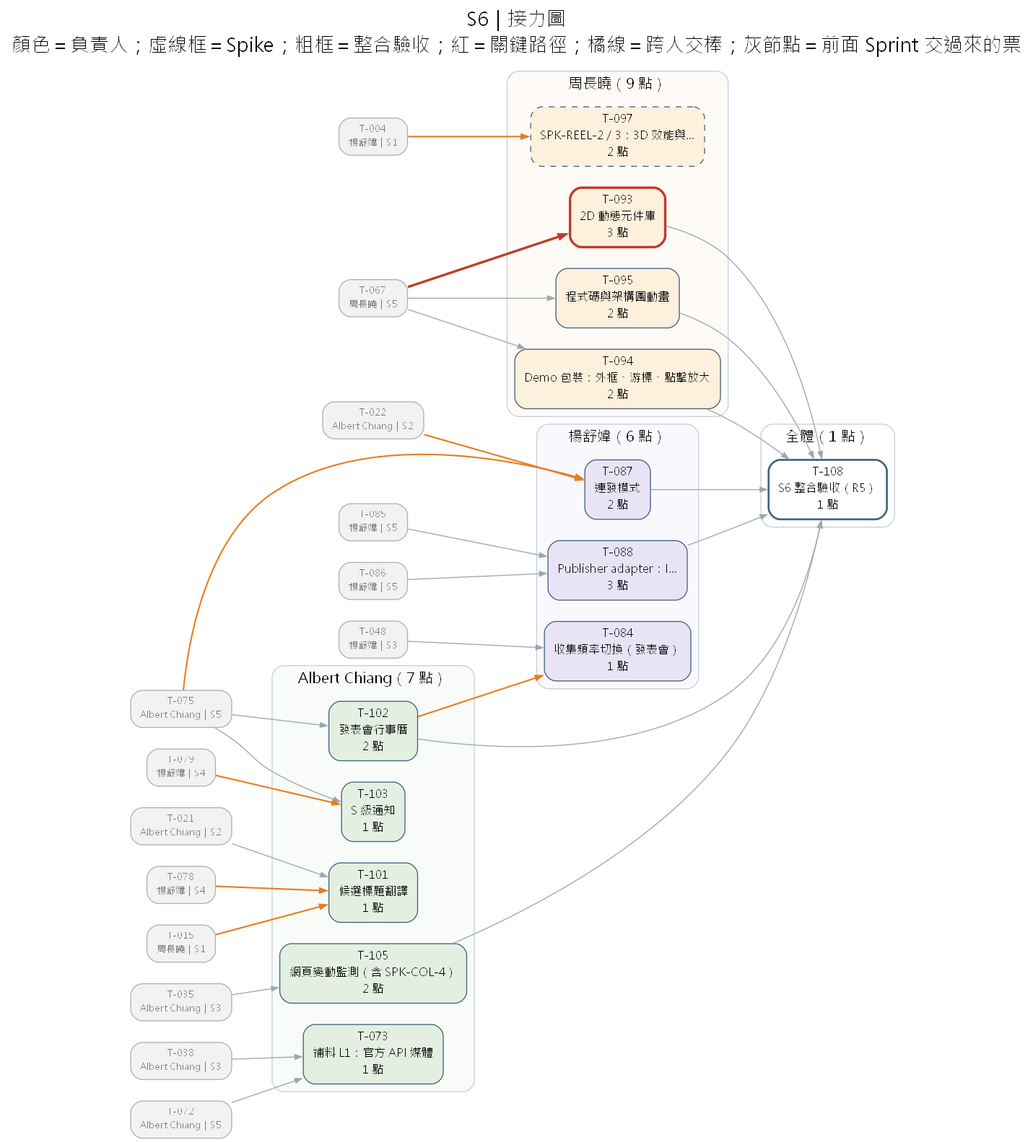
Earlier version of the Graphviz export docs/diagrams/dag-S6.png (Zenobia000/AI_Media_Studio_content_pipe). Its source is kept beside it as docs/diagrams/dag-S6.dot. Its diagram source:
```dot
digraph S {
graph [rankdir=LR, bgcolor="white", fontname="Microsoft JhengHei", fontsize=20, labelloc=t, nodesep=0.3, ranksep=0.7, label="S6｜接力圖
顏色＝負責人；虛線框＝Spike；粗框＝整合驗收；紅＝關鍵路徑；橘線＝跨人交棒；灰節點＝前面 Sprint 交過來的票"];
node [shape=box, style="rounded,filled", fontname="Microsoft JhengHei", fontsize=12, color="#42617d", margin="0.14,0.07"];
edge [color="#9aa7b3", arrowsize=0.7];
subgraph "cluster_Albert Chiang" { label="Albert Chiang（7 點）"; style="rounded,filled"; fillcolor="#e3f0e140"; color="#c7d0d9"; fontsize=15;
"T-073" [label="T-073
補料 L1：官方 API 媒體
1 點", fillcolor="#e3f0e1", style="rounded,filled"];
"T-101" [label="T-101
候選標題翻譯
1 點", fillcolor="#e3f0e1", style="rounded,filled"];
"T-102" [label="T-102
發表會行事曆
2 點", fillcolor="#e3f0e1", style="rounded,filled"];
"T-103" [label="T-103
S 級通知
1 點", fillcolor="#e3f0e1", style="rounded,filled"];
"T-105" [label="T-105
網頁變動監測（含 SPK-COL-4）
2 點", fillcolor="#e3f0e1", style="rounded,filled"];
}
subgraph "cluster_周長曉" { label="周長曉（9 點）"; style="rounded,filled"; fillcolor="#fdf0dc40"; color="#c7d0d9"; fontsize=15;
"T-093" [label="T-093
2D 動態元件庫
3 點", fillcolor="#fdf0dc", style="rounded,filled", penwidth=2.5, color="#c0392b"];
"T-094" [label="T-094
Demo 包裝：外框、游標、點擊放大
2 點", fillcolor="#fdf0dc", style="rounded,filled"];
"T-095" [label="T-095
程式碼與架構圖動畫
2 點", fillcolor="#fdf0dc", style="rounded,filled"];
"T-097" [label="T-097
SPK-REEL-2／3：3D 效能與…
2 點", fillcolor="#fdf0dc", style="rounded,filled,dashed"];
}
subgraph "cluster_楊舒媁" { label="楊舒媁（6 點）"; style="rounded,filled"; fillcolor="#e8e4f640"; color="#c7d0d9"; fontsize=15;
"T-084" [label="T-084
收集頻率切換（發表會）
1 點", fillcolor="#e8e4f6", style="rounded,filled"];
"T-087" [label="T-087
連發模式
2 點", fillcolor="#e8e4f6", style="rounded,filled"];
"T-088" [label="T-088
Publisher adapter：I…
3 點", fillcolor="#e8e4f6", style="rounded,filled"];
}
subgraph "cluster_全體" { label="全體（1 點）"; style="rounded,filled"; fillcolor="#ffffff40"; color="#c7d0d9"; fontsize=15;
"T-108" [label="T-108
S6 整合驗收（R5）
1 點", fillcolor="#ffffff", style="rounded,filled,bold"];
}
"T-004" [label="T-004
楊舒媁｜S1", fillcolor="#f2f2f2", color="#b0b0b0", fontcolor="#777777", fontsize=10];
"T-015" [label="T-015
周長曉｜S1", fillcolor="#f2f2f2", color="#b0b0b0", fontcolor="#777777", fontsize=10];
"T-021" [label="T-021
Albert Chiang｜S2", fillcolor="#f2f2f2", color="#b0b0b0", fontcolor="#777777", fontsize=10];
"T-022" [label="T-022
Albert Chiang｜S2", fillcolor="#f2f2f2", color="#b0b0b0", fontcolor="#777777", fontsize=10];
"T-035" [label="T-035
Albert Chiang｜S3", fillcolor="#f2f2f2", color="#b0b0b0", fontcolor="#777777", fontsize=10];
"T-038" [label="T-038
Albert Chiang｜S3", fillcolor="#f2f2f2", color="#b0b0b0", fontcolor="#777777", fontsize=10];
"T-048" [label="T-048
楊舒媁｜S3", fillcolor="#f2f2f2", color="#b0b0b0", fontcolor="#777777", fontsize=10];
"T-067" [label="T-067
周長曉｜S5", fillcolor="#f2f2f2", color="#b0b0b0", fontcolor="#777777", fontsize=10];
"T-072" [label="T-072
Albert Chiang｜S5", fillcolor="#f2f2f2", color="#b0b0b0", fontcolor="#777777", fontsize=10];
"T-075" [label="T-075
Albert Chiang｜S5", fillcolor="#f2f2f2", color="#b0b0b0", fontcolor="#777777", fontsize=10];
"T-078" [label="T-078
楊舒媁｜S4", fillcolor="#f2f2f2", color="#b0b0b0", fontcolor="#777777", fontsize=10];
"T-079" [label="T-079
楊舒媁｜S4", fillcolor="#f2f2f2", color="#b0b0b0", fontcolor="#777777", fontsize=10];
"T-085" [label="T-085
楊舒媁｜S5", fillcolor="#f2f2f2", color="#b0b0b0", fontcolor="#777777", fontsize=10];
"T-086" [label="T-086
楊舒媁｜S5", fillcolor="#f2f2f2", color="#b0b0b0", fontcolor="#777777", fontsize=10];
"T-072" -> "T-073";
"T-038" -> "T-073";
"T-048" -> "T-084";
"T-102" -> "T-084" [color="#e67e22", penwidth=1.6];
"T-075" -> "T-087" [color="#e67e22", penwidth=1.6];
"T-022" -> "T-087" [color="#e67e22", penwidth=1.6];
"T-085" -> "T-088";
"T-086" -> "T-088";
"T-067" -> "T-093" [color="#c0392b", penwidth=2.5];
"T-067" -> "T-094";
"T-067" -> "T-095";
"T-004" -> "T-097" [color="#e67e22", penwidth=1.6];
"T-021" -> "T-101";
"T-015" -> "T-101" [color="#e67e22", penwidth=1.6];
"T-078" -> "T-101" [color="#e67e22", penwidth=1.6];
"T-075" -> "T-102";
"T-075" -> "T-103";
"T-079" -> "T-103" [color="#e67e22", penwidth=1.6];
"T-035" -> "T-105";
"T-093" -> "T-108";
"T-094" -> "T-108";
"T-095" -> "T-108";
"T-105" -> "T-108";
"T-087" -> "T-108";
"T-088" -> "T-108";
"T-102" -> "T-108";
}
```
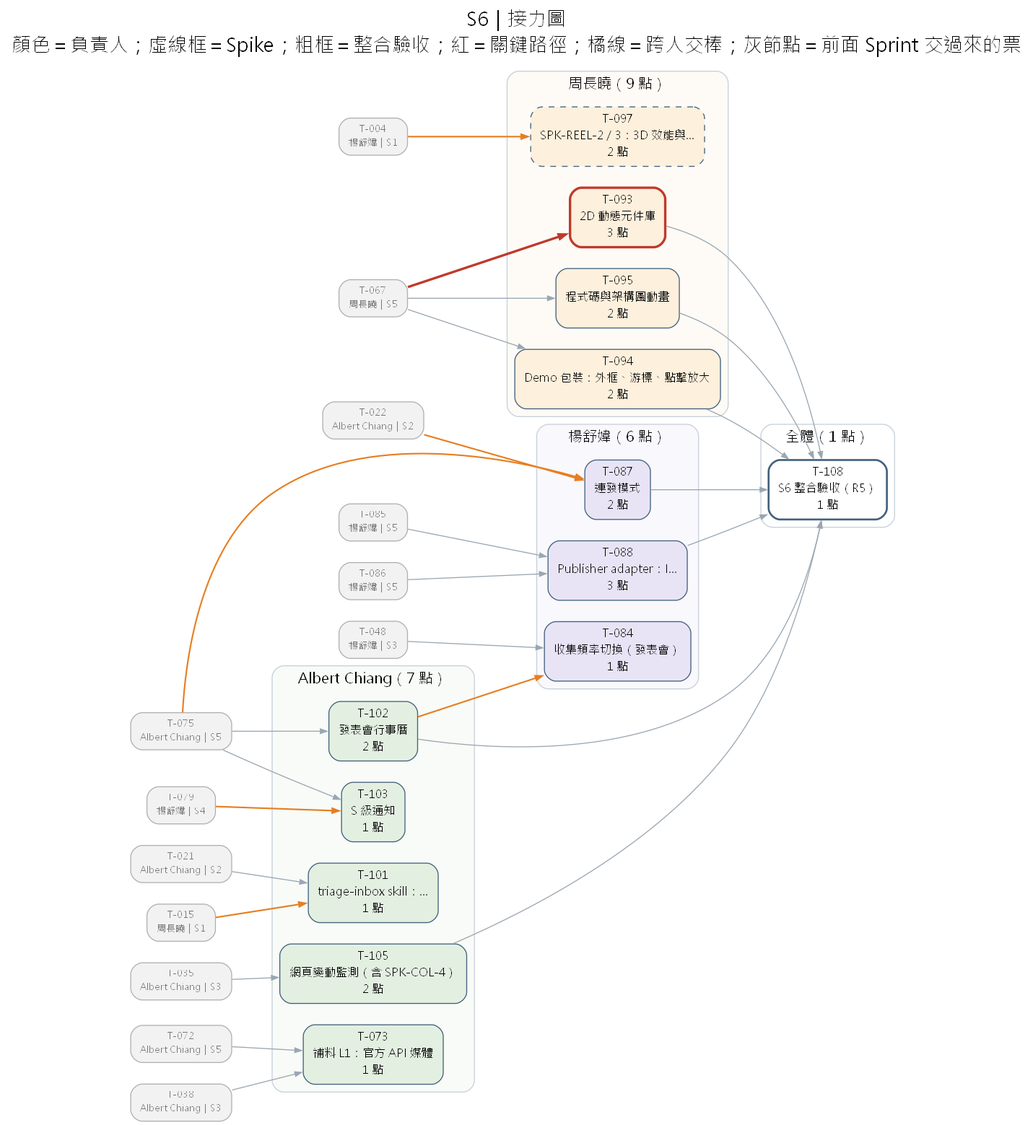
The same file after the commit.

What changed in the source:
```diff
@@ -8,7 +8,7 @@
 補料 L1：官方 API 媒體
 1 點", fillcolor="#e3f0e1", style="rounded,filled"];
 "T-101" [label="T-101
-候選標題翻譯
+triage-inbox skill：…
 1 點", fillcolor="#e3f0e1", style="rounded,filled"];
 "T-102" [label="T-102
 發表會行事曆
@@ -70,8 +70,6 @@
 Albert Chiang｜S5", fillcolor="#f2f2f2", color="#b0b0b0", fontcolor="#777777", fontsize=10];
 "T-075" [label="T-075
 Albert Chiang｜S5", fillcolor="#f2f2f2", color="#b0b0b0", fontcolor="#777777", fontsize=10];
-"T-078" [label="T-078
-楊舒媁｜S4", fillcolor="#f2f2f2", color="#b0b0b0", fontcolor="#777777", fontsize=10];
 "T-079" [label="T-079
 楊舒媁｜S4", fillcolor="#f2f2f2", color="#b0b0b0", fontcolor="#777777", fontsize=10];
 "T-085" [label="T-085
@@ -92,7 +90,6 @@
 "T-004" -> "T-097" [color="#e67e22", penwidth=1.6];
 "T-021" -> "T-101";
 "T-015" -> "T-101" [color="#e67e22", penwidth=1.6];
-"T-078" -> "T-101" [color="#e67e22", penwidth=1.6];
 "T-075" -> "T-102";
 "T-075" -> "T-103";
 "T-079" -> "T-103" [color="#e67e22", penwidth=1.6];
```
